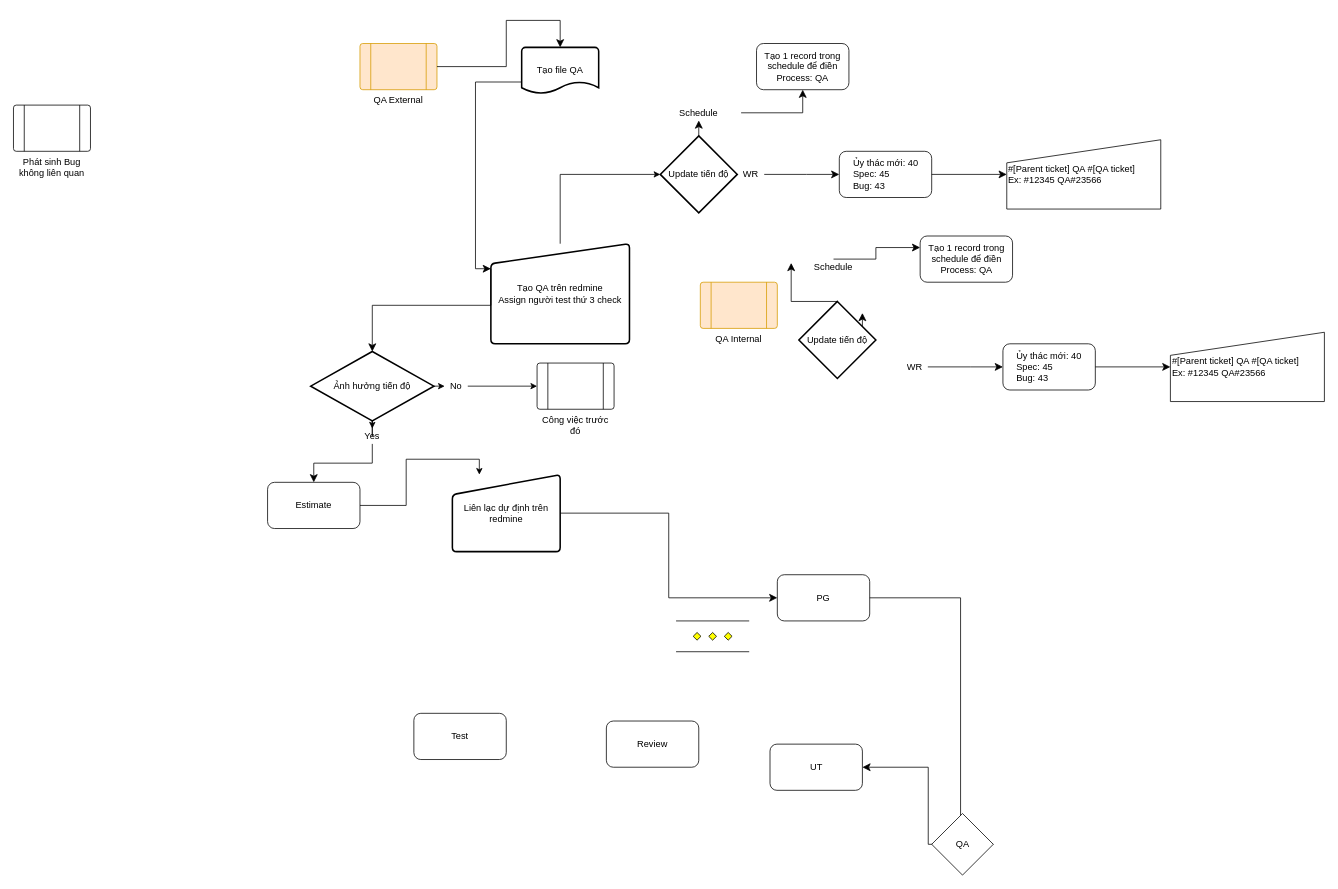
Above: Software_Development_Process.drawio in vebinhhoanggia/drawio (draw.io), before the change. Source tidied: cells renumbered, new cells numbered last; positions are measured from the earlier drawing's top-left corner, leaving out a move shared by most shapes. Both pictures are drawn from the tidied source at 77%, with x=0, y=0 at pixel (13, 20).
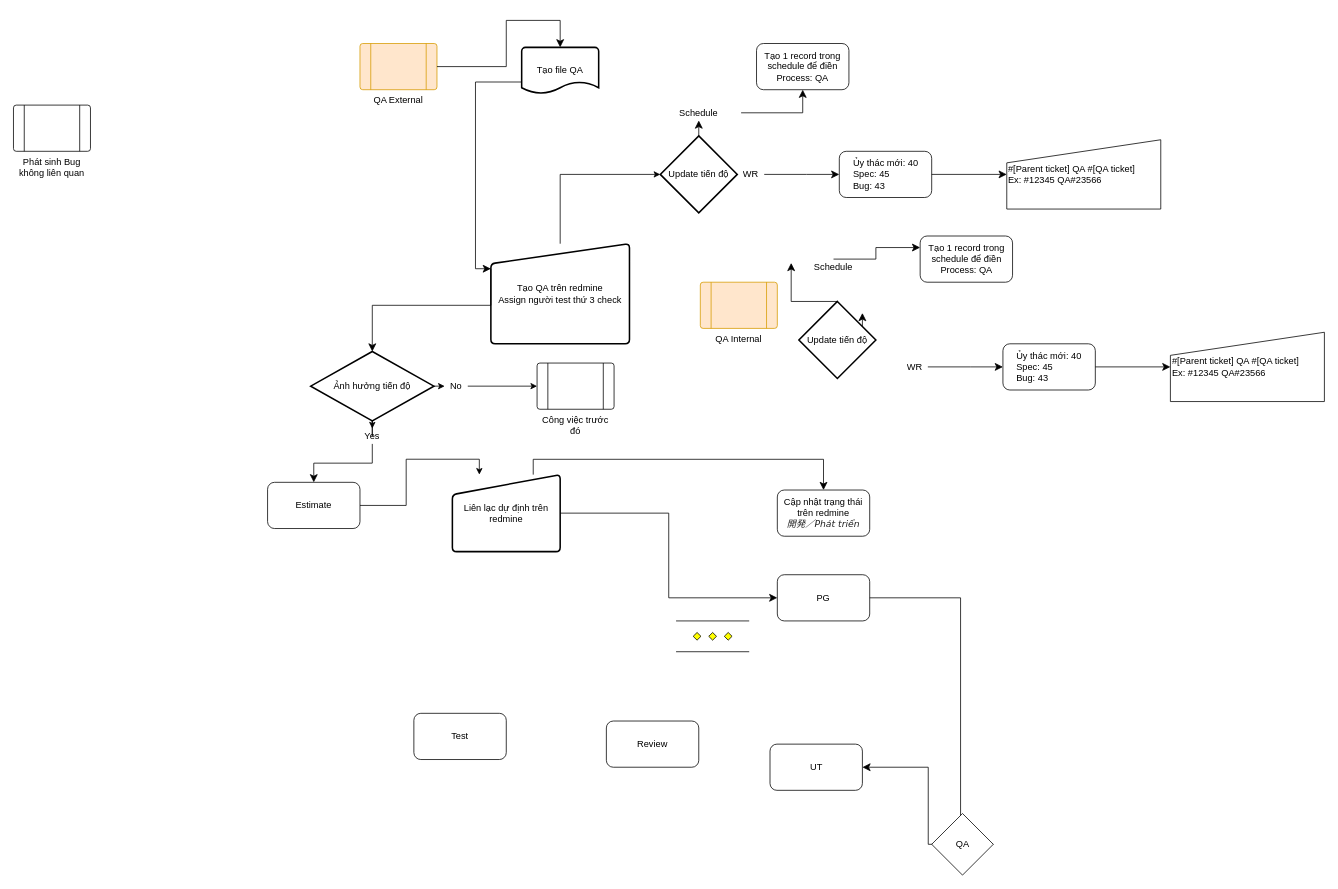
The same page after the edit.

Unchanged cells that the change refers to:
```xml
<mxCell id="9" value="Liên lạc dự định trên redmine" style="html=1;strokeWidth=2;shape=manualInput;whiteSpace=wrap;rounded=1;size=26;arcSize=11;" parent="1" vertex="1">
  <mxGeometry x="570" y="589.9" width="140" height="100" as="geometry" />
</mxCell>
```

Diff of the diagram source:
```diff
@@
+    <mxCell id="54" value="Cập nhật trạng thái trên redmine&lt;br&gt;&lt;i style=&quot;color: rgb(34, 34, 34); font-family: Meiryo, &amp;quot;Hiragino Kaku Gothic Pro&amp;quot;, &amp;quot;MS PGothic&amp;quot;, Verdana, sans-serif; text-align: left; background-color: rgb(255, 255, 255);&quot;&gt;開発／Phát triển&lt;/i&gt;" style="rounded=1;whiteSpace=wrap;html=1;" parent="1" vertex="1">
+      <mxGeometry x="992" y="609.9" width="120" height="60" as="geometry" />
+    </mxCell>
+    <mxCell id="55" style="edgeStyle=elbowEdgeStyle;elbow=vertical;endArrow=classic;html=1;curved=0;rounded=0;endSize=8;startSize=8;exitX=0.75;exitY=0;exitDx=0;exitDy=0;entryX=0.5;entryY=0;entryDx=0;entryDy=0;" parent="1" edge="1" source="9" target="54">
+      <mxGeometry relative="1" as="geometry">
+        <Array as="points">
+          <mxPoint x="890" y="570" />
+        </Array>
+      </mxGeometry>
+    </mxCell>
```
